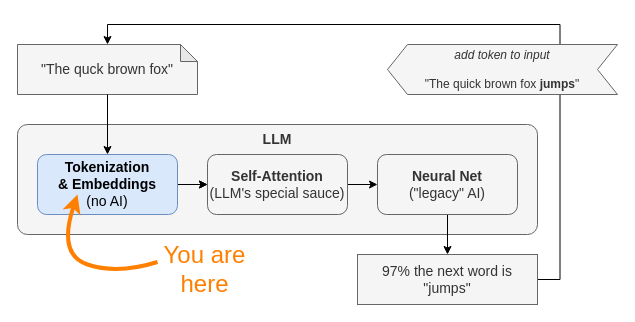
Earlier version of the draw.io diagram book/images/04/llm-flow-input.drawio (yshavit/llm-notes). Source tidied: cells renumbered, new cells numbered last; positions are measured from the earlier drawing's top-left corner, leaving out a move shared by most shapes. Both pictures are drawn from the tidied source at 100%, with x=0, y=0 at pixel (17, 44).
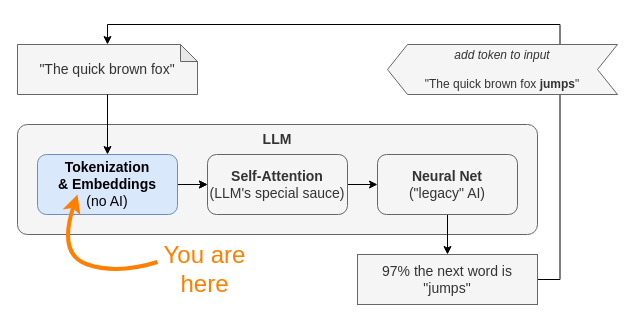
After the change.

Diff of the diagram source:
```diff
@@
-    <mxCell id="2" value="&quot;The quck brown fox&quot;" style="shape=note;whiteSpace=wrap;html=1;backgroundOutline=1;darkOpacity=0.05;size=17;fillColor=#f5f5f5;strokeColor=#666666;fontSize=14;fontColor=#333333;" parent="1" vertex="1">
+    <mxCell id="2" value="&quot;The qui&lt;span style=&quot;background-color: transparent; color: light-dark(rgb(51, 51, 51), rgb(193, 193, 193));&quot;&gt;ck brown fox&quot;&lt;/span&gt;" style="shape=note;whiteSpace=wrap;html=1;backgroundOutline=1;darkOpacity=0.05;size=17;fillColor=#f5f5f5;strokeColor=#666666;fontSize=14;fontColor=#333333;" parent="1" vertex="1">
       <mxGeometry width="180" height="50" as="geometry" />
     </mxCell>
```
